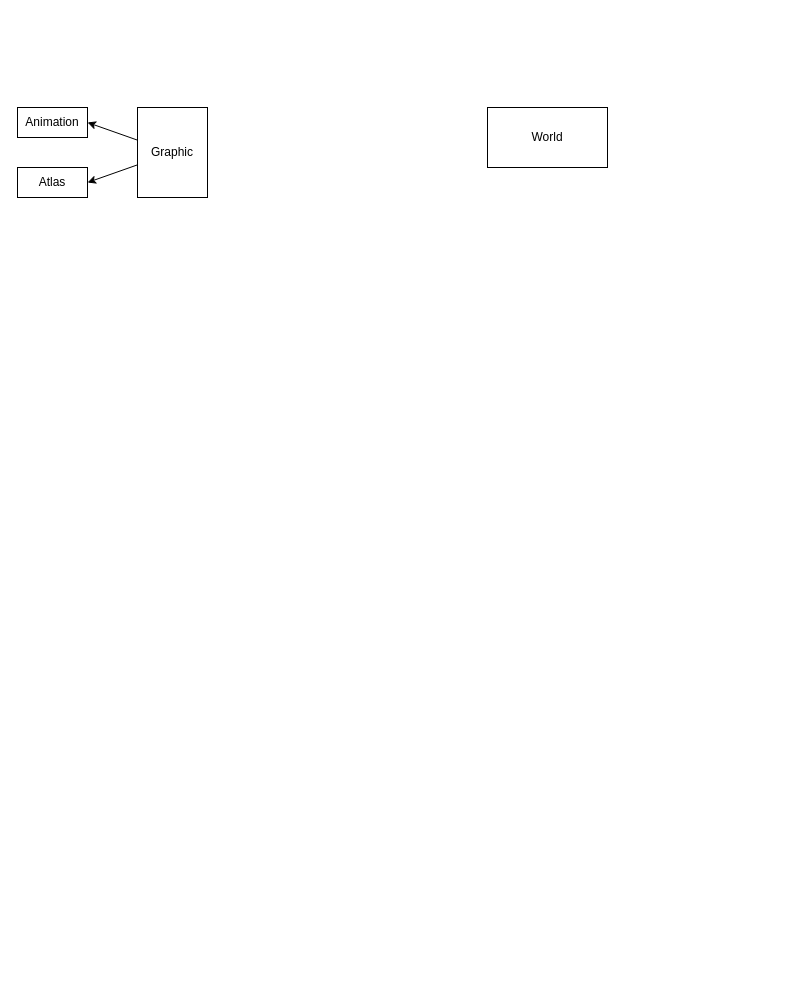
This is draw-io/project.drawio from Niko-n-DEV/bevy_proj, a draw.io file, before an edit. Source tidied: cells renumbered, new cells numbered last; positions are measured from the earlier drawing's top-left corner, leaving out a move shared by most shapes. Both pictures are drawn from the tidied source at 100%, with x=0, y=0 at pixel (17, 107).
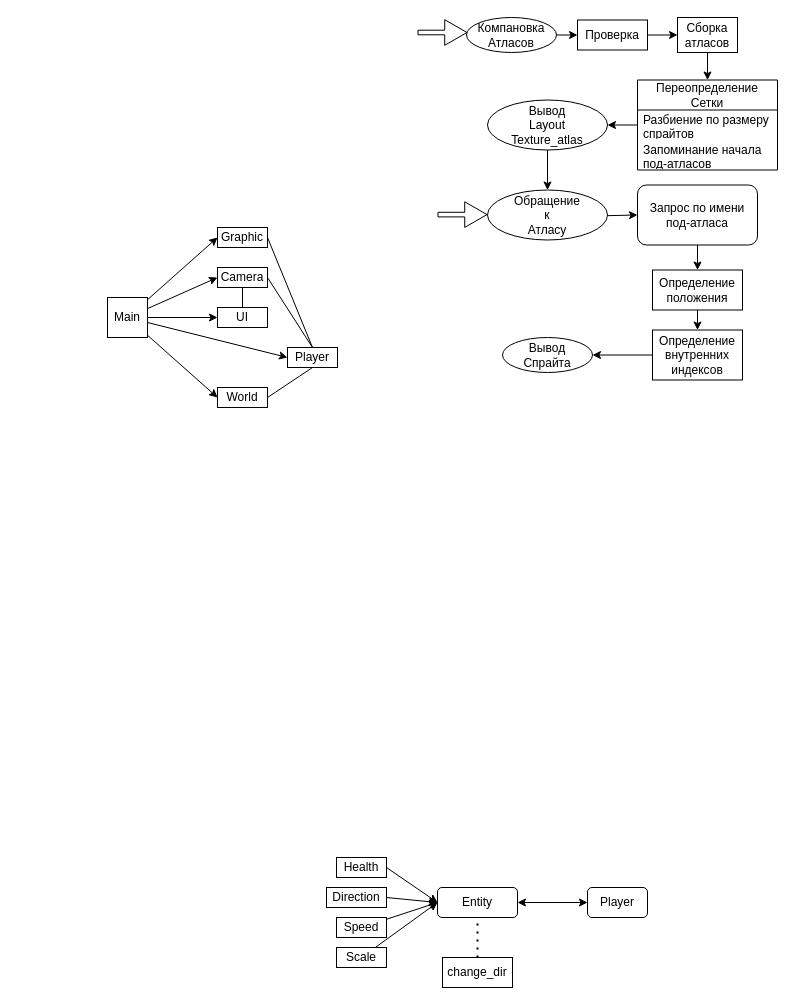
The same diagram, later.

Diff of the diagram source:
```diff
@@
-    <mxCell id="2" value="Atlas" style="rounded=0;whiteSpace=wrap;html=1;" parent="1" vertex="1">
-      <mxGeometry y="60" width="70" height="30" as="geometry" />
-    </mxCell>
-    <mxCell id="3" style="edgeStyle=none;html=1;entryX=1;entryY=0.5;entryDx=0;entryDy=0;" parent="1" edge="1" source="5" target="6">
-      <mxGeometry relative="1" as="geometry" />
-    </mxCell>
-    <mxCell id="4" style="edgeStyle=none;html=1;entryX=1;entryY=0.5;entryDx=0;entryDy=0;" parent="1" edge="1" source="5" target="2">
-      <mxGeometry relative="1" as="geometry" />
-    </mxCell>
+    <mxCell id="8" style="edgeStyle=none;html=1;entryX=0;entryY=0.5;entryDx=0;entryDy=0;" parent="1" edge="1" source="7" target="5">
+      <mxGeometry relative="1" as="geometry" />
+    </mxCell>
+    <mxCell id="9" style="edgeStyle=none;html=1;entryX=0;entryY=0.5;entryDx=0;entryDy=0;" parent="1" edge="1" source="7" target="13">
+      <mxGeometry relative="1" as="geometry" />
+    </mxCell>
+    <mxCell id="10" style="edgeStyle=none;html=1;entryX=0;entryY=0.5;entryDx=0;entryDy=0;" parent="1" edge="1" source="7" target="14">
+      <mxGeometry relative="1" as="geometry" />
+    </mxCell>
+    <mxCell id="11" style="edgeStyle=none;html=1;entryX=0;entryY=0.5;entryDx=0;entryDy=0;" parent="1" edge="1" source="7" target="15">
+      <mxGeometry relative="1" as="geometry" />
+    </mxCell>
+    <mxCell id="12" style="edgeStyle=none;html=1;entryX=0;entryY=0.5;entryDx=0;entryDy=0;" parent="1" edge="1" source="7" target="16">
+      <mxGeometry relative="1" as="geometry" />
+    </mxCell>
+    <mxCell id="7" value="Main" style="rounded=0;whiteSpace=wrap;html=1;" parent="1" vertex="1">
+      <mxGeometry x="90" y="190" width="40" height="40" as="geometry" />
+    </mxCell>
     <mxCell id="5" value="Graphic" style="rounded=0;whiteSpace=wrap;html=1;" parent="1" vertex="1">
-      <mxGeometry x="120" width="70" height="90" as="geometry" />
+      <mxGeometry x="200" y="120" width="50" height="20" as="geometry" />
     </mxCell>
-    <mxCell id="6" value="Animation" style="rounded=0;whiteSpace=wrap;html=1;" parent="1" vertex="1">
-      <mxGeometry width="70" height="30" as="geometry" />
-    </mxCell>
-    <mxCell id="7" value="World" style="rounded=0;whiteSpace=wrap;html=1;" parent="1" vertex="1">
-      <mxGeometry x="470" width="120" height="60" as="geometry" />
-    </mxCell>
+    <mxCell id="13" value="Camera" style="rounded=0;whiteSpace=wrap;html=1;" parent="1" vertex="1">
+      <mxGeometry x="200" y="160" width="50" height="20" as="geometry" />
+    </mxCell>
+    <mxCell id="14" value="UI" style="rounded=0;whiteSpace=wrap;html=1;" parent="1" vertex="1">
+      <mxGeometry x="200" y="200" width="50" height="20" as="geometry" />
+    </mxCell>
+    <mxCell id="15" value="Player" style="rounded=0;whiteSpace=wrap;html=1;" parent="1" vertex="1">
+      <mxGeometry x="270" y="240" width="50" height="20" as="geometry" />
+    </mxCell>
+    <mxCell id="16" value="World" style="rounded=0;whiteSpace=wrap;html=1;" parent="1" vertex="1">
+      <mxGeometry x="200" y="280" width="50" height="20" as="geometry" />
+    </mxCell>
+    <mxCell id="17" style="endArrow=none;html=1;entryX=0.5;entryY=1;entryDx=0;entryDy=0;exitX=0.5;exitY=0;exitDx=0;exitDy=0;" parent="1" edge="1" source="14" target="13">
+      <mxGeometry relative="1" as="geometry" />
+    </mxCell>
+    <mxCell id="18" style="endArrow=none;html=1;exitX=0.5;exitY=0;exitDx=0;exitDy=0;entryX=1;entryY=0.5;entryDx=0;entryDy=0;" parent="1" edge="1" source="15" target="13">
+      <mxGeometry relative="1" as="geometry" />
+    </mxCell>
+    <mxCell id="19" style="endArrow=none;html=1;exitX=1;exitY=0.5;exitDx=0;exitDy=0;entryX=0.5;entryY=1;entryDx=0;entryDy=0;" parent="1" edge="1" source="16" target="15">
+      <mxGeometry relative="1" as="geometry" />
+    </mxCell>
+    <mxCell id="20" style="endArrow=none;html=1;entryX=1;entryY=0.5;entryDx=0;entryDy=0;exitX=0.5;exitY=0;exitDx=0;exitDy=0;" parent="1" edge="1" source="15" target="5">
+      <mxGeometry relative="1" as="geometry" />
+    </mxCell>
+    <mxCell id="21" style="edgeStyle=none;html=1;exitX=1;exitY=0.5;exitDx=0;exitDy=0;entryX=0;entryY=0.5;entryDx=0;entryDy=0;" parent="1" edge="1" source="22" target="30">
+      <mxGeometry relative="1" as="geometry" />
+    </mxCell>
+    <mxCell id="22" value="Health" style="rounded=0;whiteSpace=wrap;html=1;" parent="1" vertex="1">
+      <mxGeometry x="319" y="750" width="50" height="20" as="geometry" />
+    </mxCell>
+    <mxCell id="23" style="edgeStyle=none;html=1;exitX=1;exitY=0.5;exitDx=0;exitDy=0;entryX=0;entryY=0.5;entryDx=0;entryDy=0;" parent="1" edge="1" source="24" target="30">
+      <mxGeometry relative="1" as="geometry" />
+    </mxCell>
+    <mxCell id="24" value="Direction" style="rounded=0;whiteSpace=wrap;html=1;" parent="1" vertex="1">
+      <mxGeometry x="309" y="780" width="60" height="20" as="geometry" />
+    </mxCell>
+    <mxCell id="25" style="edgeStyle=none;html=1;entryX=0;entryY=0.5;entryDx=0;entryDy=0;" parent="1" edge="1" source="26" target="30">
+      <mxGeometry relative="1" as="geometry" />
+    </mxCell>
+    <mxCell id="26" value="Speed" style="rounded=0;whiteSpace=wrap;html=1;" parent="1" vertex="1">
+      <mxGeometry x="319" y="810" width="50" height="20" as="geometry" />
+    </mxCell>
+    <mxCell id="27" style="edgeStyle=none;html=1;entryX=0;entryY=0.5;entryDx=0;entryDy=0;" parent="1" edge="1" source="28" target="30">
+      <mxGeometry relative="1" as="geometry" />
+    </mxCell>
+    <mxCell id="28" value="Scale" style="rounded=0;whiteSpace=wrap;html=1;" parent="1" vertex="1">
+      <mxGeometry x="319" y="840" width="50" height="20" as="geometry" />
+    </mxCell>
+    <mxCell id="29" value="Player" style="rounded=1;whiteSpace=wrap;html=1;" parent="1" vertex="1">
+      <mxGeometry x="570" y="780" width="60" height="30" as="geometry" />
+    </mxCell>
+    <mxCell id="30" value="Entity" style="rounded=1;whiteSpace=wrap;html=1;" parent="1" vertex="1">
+      <mxGeometry x="420" y="780" width="80" height="30" as="geometry" />
+    </mxCell>
+    <mxCell id="31" value="change_dir" style="rounded=0;whiteSpace=wrap;html=1;" parent="1" vertex="1">
+      <mxGeometry x="425" y="850" width="70" height="30" as="geometry" />
+    </mxCell>
+    <mxCell id="32" style="endArrow=none;dashed=1;html=1;dashPattern=1 3;strokeWidth=2;entryX=0.5;entryY=1;entryDx=0;entryDy=0;exitX=0.5;exitY=0;exitDx=0;exitDy=0;" parent="1" edge="1" source="31" target="30">
+      <mxGeometry relative="1" as="geometry" />
+    </mxCell>
+    <mxCell id="33" style="endArrow=classic;startArrow=classic;html=1;exitX=1;exitY=0.5;exitDx=0;exitDy=0;entryX=0;entryY=0.5;entryDx=0;entryDy=0;" parent="1" edge="1" source="30" target="29">
+      <mxGeometry relative="1" as="geometry" />
+    </mxCell>
+    <mxCell id="34" style="edgeStyle=none;html=1;entryX=0;entryY=0.5;entryDx=0;entryDy=0;" parent="1" edge="1" source="35" target="37">
+      <mxGeometry relative="1" as="geometry" />
+    </mxCell>
+    <mxCell id="35" value="Проверка" style="rounded=0;whiteSpace=wrap;html=1;" parent="1" vertex="1">
+      <mxGeometry x="560" y="-87.5" width="70" height="30" as="geometry" />
+    </mxCell>
+    <mxCell id="36" style="edgeStyle=none;html=1;entryX=0.5;entryY=0;entryDx=0;entryDy=0;" parent="1" edge="1" source="37" target="42">
+      <mxGeometry relative="1" as="geometry" />
+    </mxCell>
+    <mxCell id="37" value="Сборка атласов" style="rounded=0;whiteSpace=wrap;html=1;" parent="1" vertex="1">
+      <mxGeometry x="660" y="-90" width="60" height="35" as="geometry" />
+    </mxCell>
+    <mxCell id="38" style="edgeStyle=none;html=1;entryX=0;entryY=0.5;entryDx=0;entryDy=0;" parent="1" edge="1" source="39" target="35">
+      <mxGeometry relative="1" as="geometry" />
+    </mxCell>
+    <mxCell id="39" value="Компановка&lt;br&gt;Атласов" style="ellipse;whiteSpace=wrap;html=1;" parent="1" vertex="1">
+      <mxGeometry x="449" y="-90" width="90" height="35" as="geometry" />
+    </mxCell>
+    <mxCell id="40" style="shape=flexArrow;endArrow=classic;html=1;entryX=0.011;entryY=0.429;entryDx=0;entryDy=0;entryPerimeter=0;width=4.615384615384615;endSize=7.092307692307693;" parent="1" edge="1" target="39">
+      <mxGeometry relative="1" as="geometry">
+        <mxPoint x="400" y="-75" as="sourcePoint" />
+      </mxGeometry>
+    </mxCell>
+    <mxCell id="41" style="edgeStyle=none;html=1;entryX=1;entryY=0.5;entryDx=0;entryDy=0;" parent="1" edge="1" source="42" target="46">
+      <mxGeometry relative="1" as="geometry" />
+    </mxCell>
+    <mxCell id="42" value="Переопределение&lt;br&gt;Сетки" style="swimlane;fontStyle=0;horizontal=1;startSize=30;whiteSpace=wrap;html=1;" parent="1" vertex="1">
+      <mxGeometry x="620" y="-27.5" width="140" height="90" as="geometry" />
+    </mxCell>
+    <mxCell id="43" value="Разбиение по размеру спрайтов" style="text;strokeColor=none;fillColor=none;align=left;verticalAlign=middle;spacingLeft=4;spacingRight=4;overflow=hidden;whiteSpace=wrap;html=1;" parent="42" vertex="1">
+      <mxGeometry y="30" width="140" height="30" as="geometry" />
+    </mxCell>
+    <mxCell id="44" value="Запоминание начала под-атласов" style="text;strokeColor=none;fillColor=none;align=left;verticalAlign=middle;spacingLeft=4;spacingRight=4;overflow=hidden;whiteSpace=wrap;html=1;" parent="42" vertex="1">
+      <mxGeometry y="60" width="140" height="30" as="geometry" />
+    </mxCell>
+    <mxCell id="45" style="edgeStyle=none;html=1;entryX=0.5;entryY=0;entryDx=0;entryDy=0;" parent="1" edge="1" source="46" target="48">
+      <mxGeometry relative="1" as="geometry" />
+    </mxCell>
+    <mxCell id="46" value="Вывод&lt;br&gt;Layout&lt;br&gt;Texture_atlas" style="ellipse;whiteSpace=wrap;html=1;" parent="1" vertex="1">
+      <mxGeometry x="470" y="-7.5" width="120" height="50" as="geometry" />
+    </mxCell>
+    <mxCell id="47" style="edgeStyle=none;html=1;" parent="1" edge="1" source="48" target="50">
+      <mxGeometry relative="1" as="geometry" />
+    </mxCell>
+    <mxCell id="48" value="Обращение&lt;br&gt;к&lt;br&gt;Атласу" style="ellipse;whiteSpace=wrap;html=1;" parent="1" vertex="1">
+      <mxGeometry x="470" y="82.5" width="120" height="50" as="geometry" />
+    </mxCell>
+    <mxCell id="49" style="edgeStyle=none;html=1;entryX=0.5;entryY=0;entryDx=0;entryDy=0;" parent="1" edge="1" source="50" target="52">
+      <mxGeometry relative="1" as="geometry" />
+    </mxCell>
+    <mxCell id="50" value="Запрос по имени&lt;br&gt;под-атласа" style="rounded=1;whiteSpace=wrap;html=1;" parent="1" vertex="1">
+      <mxGeometry x="620" y="77.5" width="120" height="60" as="geometry" />
+    </mxCell>
+    <mxCell id="51" style="edgeStyle=none;html=1;" parent="1" edge="1" source="52" target="54">
+      <mxGeometry relative="1" as="geometry" />
+    </mxCell>
+    <mxCell id="52" value="Определение&lt;br&gt;положения" style="rounded=0;whiteSpace=wrap;html=1;" parent="1" vertex="1">
+      <mxGeometry x="635" y="162.5" width="90" height="40" as="geometry" />
+    </mxCell>
+    <mxCell id="53" style="edgeStyle=none;html=1;" parent="1" edge="1" source="54" target="55">
+      <mxGeometry relative="1" as="geometry" />
+    </mxCell>
+    <mxCell id="54" value="Определение внутренних индексов" style="rounded=0;whiteSpace=wrap;html=1;" parent="1" vertex="1">
+      <mxGeometry x="635" y="222.5" width="90" height="50" as="geometry" />
+    </mxCell>
+    <mxCell id="55" value="Вывод&lt;br&gt;Спрайта" style="ellipse;whiteSpace=wrap;html=1;" parent="1" vertex="1">
+      <mxGeometry x="485" y="230" width="90" height="35" as="geometry" />
+    </mxCell>
+    <mxCell id="56" style="shape=flexArrow;endArrow=classic;html=1;entryX=0.011;entryY=0.429;entryDx=0;entryDy=0;entryPerimeter=0;width=4.615384615384615;endSize=7.092307692307693;" parent="1" edge="1">
+      <mxGeometry relative="1" as="geometry">
+        <mxPoint x="420" y="107.1" as="sourcePoint" />
+        <mxPoint x="470" y="107.1" as="targetPoint" />
+      </mxGeometry>
+    </mxCell>
```
